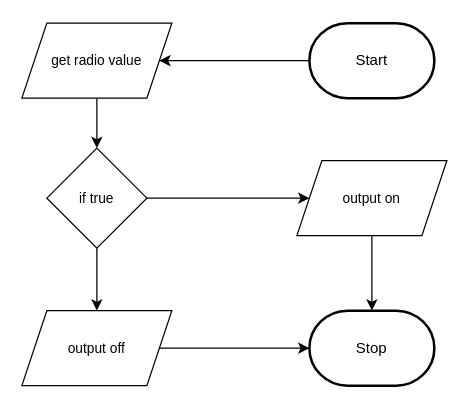
Before: design/flowchart.drawio in MTHS-ICS2O-2-2022/ICS2O-Unit-5-02-william-simard, a draw.io diagram. Source tidied: cells renumbered, new cells numbered last; positions are measured from the earlier drawing's top-left corner, leaving out a move shared by most shapes. Both pictures are drawn from the tidied source at 125%, with x=0, y=0 at pixel (21, 22).
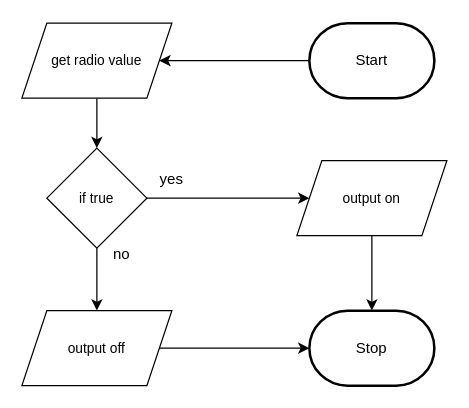
The same page after the edit.

Diff of the diagram source:
```diff
@@
 <mxGraphModel>
   <root>
     <mxCell id="0" />
     <mxCell id="1" parent="0" />
     <mxCell id="2" style="edgeStyle=orthogonalEdgeStyle;shape=connector;rounded=0;html=1;labelBackgroundColor=default;strokeColor=default;fontFamily=Helvetica;fontSize=11;fontColor=default;endArrow=classic;" parent="1" edge="1" source="3" target="9">
       <mxGeometry relative="1" as="geometry" />
     </mxCell>
     <mxCell id="3" value="Start" style="strokeWidth=2;html=1;shape=mxgraph.flowchart.terminator;whiteSpace=wrap;" parent="1" vertex="1">
       <mxGeometry x="230" width="100" height="60" as="geometry" />
     </mxCell>
     <mxCell id="4" value="Stop" style="strokeWidth=2;html=1;shape=mxgraph.flowchart.terminator;whiteSpace=wrap;" parent="1" vertex="1">
       <mxGeometry x="230" y="230" width="100" height="60" as="geometry" />
     </mxCell>
     <mxCell id="5" style="edgeStyle=orthogonalEdgeStyle;shape=connector;rounded=0;html=1;labelBackgroundColor=default;strokeColor=default;fontFamily=Helvetica;fontSize=11;fontColor=default;endArrow=classic;" parent="1" edge="1" source="7">
       <mxGeometry relative="1" as="geometry">
         <mxPoint x="60" y="230" as="targetPoint" />
       </mxGeometry>
     </mxCell>
     <mxCell id="6" style="edgeStyle=orthogonalEdgeStyle;shape=connector;rounded=0;html=1;exitX=1;exitY=0.5;exitDx=0;exitDy=0;labelBackgroundColor=default;strokeColor=default;fontFamily=Helvetica;fontSize=11;fontColor=default;endArrow=classic;" parent="1" edge="1" source="7" target="13">
       <mxGeometry relative="1" as="geometry" />
     </mxCell>
     <mxCell id="7" value="if true" style="rhombus;whiteSpace=wrap;html=1;fontFamily=Helvetica;fontSize=11;fontColor=default;" parent="1" vertex="1">
       <mxGeometry x="20" y="100" width="80" height="80" as="geometry" />
     </mxCell>
     <mxCell id="8" style="edgeStyle=orthogonalEdgeStyle;shape=connector;rounded=0;html=1;entryX=0.5;entryY=0;entryDx=0;entryDy=0;labelBackgroundColor=default;strokeColor=default;fontFamily=Helvetica;fontSize=11;fontColor=default;endArrow=classic;" parent="1" edge="1" source="9" target="7">
       <mxGeometry relative="1" as="geometry" />
     </mxCell>
     <mxCell id="9" value="get radio value" style="shape=parallelogram;perimeter=parallelogramPerimeter;whiteSpace=wrap;html=1;fixedSize=1;fontFamily=Helvetica;fontSize=11;fontColor=default;" parent="1" vertex="1">
       <mxGeometry width="120" height="60" as="geometry" />
     </mxCell>
     <mxCell id="10" style="edgeStyle=orthogonalEdgeStyle;shape=connector;rounded=0;html=1;labelBackgroundColor=default;strokeColor=default;fontFamily=Helvetica;fontSize=11;fontColor=default;endArrow=classic;" parent="1" edge="1" source="11" target="4">
       <mxGeometry relative="1" as="geometry" />
     </mxCell>
     <mxCell id="11" value="output off" style="shape=parallelogram;perimeter=parallelogramPerimeter;whiteSpace=wrap;html=1;fixedSize=1;fontFamily=Helvetica;fontSize=11;fontColor=default;" parent="1" vertex="1">
       <mxGeometry y="230" width="120" height="60" as="geometry" />
     </mxCell>
     <mxCell id="12" style="edgeStyle=orthogonalEdgeStyle;shape=connector;rounded=0;html=1;entryX=0.5;entryY=0;entryDx=0;entryDy=0;entryPerimeter=0;labelBackgroundColor=default;strokeColor=default;fontFamily=Helvetica;fontSize=11;fontColor=default;endArrow=classic;" parent="1" edge="1" source="13" target="4">
       <mxGeometry relative="1" as="geometry" />
     </mxCell>
     <mxCell id="13" value="output on" style="shape=parallelogram;perimeter=parallelogramPerimeter;whiteSpace=wrap;html=1;fixedSize=1;fontFamily=Helvetica;fontSize=11;fontColor=default;" parent="1" vertex="1">
       <mxGeometry x="220" y="110" width="120" height="60" as="geometry" />
     </mxCell>
+    <mxCell id="14" value="yes" style="text;html=1;strokeColor=none;fillColor=none;align=center;verticalAlign=middle;whiteSpace=wrap;rounded=0;" parent="1" vertex="1">
+      <mxGeometry x="90" y="110" width="60" height="30" as="geometry" />
+    </mxCell>
+    <mxCell id="15" value="no" style="text;html=1;strokeColor=none;fillColor=none;align=center;verticalAlign=middle;whiteSpace=wrap;rounded=0;" parent="1" vertex="1">
+      <mxGeometry x="50" y="170" width="60" height="30" as="geometry" />
+    </mxCell>
   </root>
 </mxGraphModel>
```
